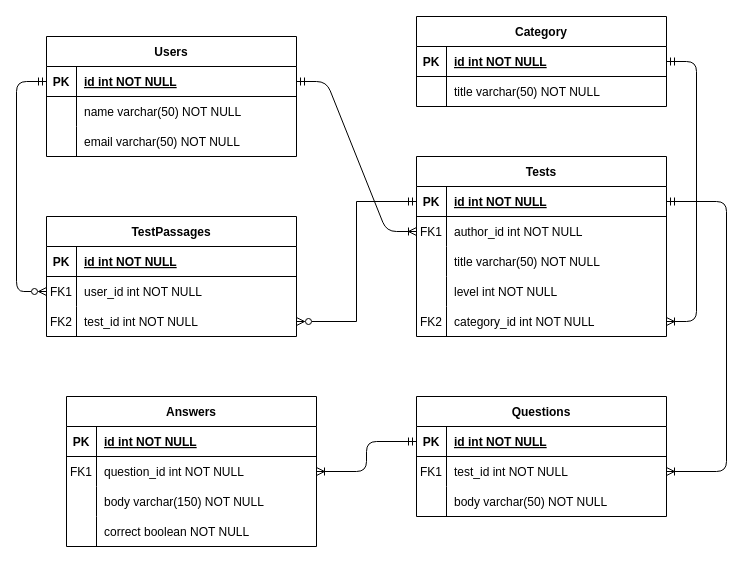
cartotien/Test-Guru keeps this draw.io diagram as Диаграмма без названия.drawio. Above is the earlier version. Source tidied: cells renumbered, new cells numbered last; positions are measured from the earlier drawing's top-left corner, leaving out a move shared by most shapes. Both pictures are drawn from the tidied source at 100%, with x=0, y=0 at pixel (16, 16).
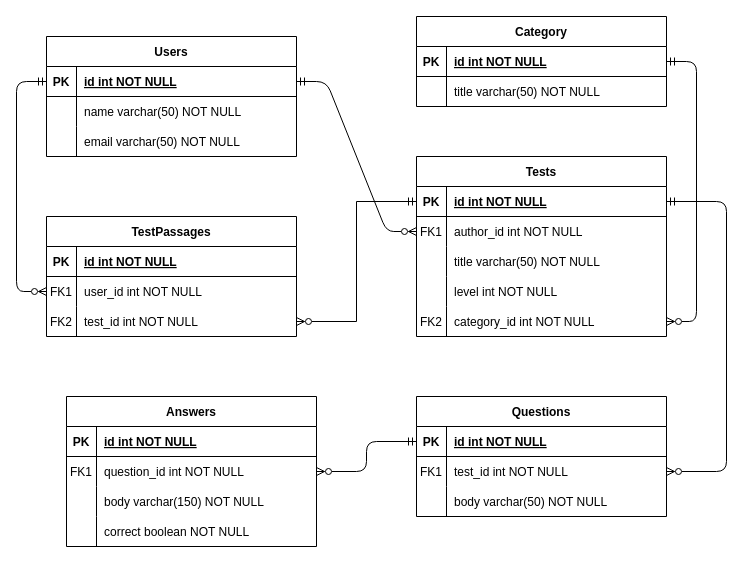
After the change.

Unchanged cells that the change refers to:
```xml
<mxCell id="5" style="shape=partialRectangle;fillColor=none;points=[[0,0.5],[1,0.5]];portConstraint=eastwest;top=0;left=0;right=0;bottom=1;" parent="4" vertex="1">
  <mxGeometry y="30" width="250" height="30" as="geometry" />
</mxCell>
<mxCell id="8" style="shape=partialRectangle;fillColor=none;points=[[0,0.5],[1,0.5]];portConstraint=eastwest;top=0;left=0;right=0;bottom=0;" parent="4" vertex="1">
  <mxGeometry y="60" width="250" height="30" as="geometry" />
</mxCell>
<mxCell id="17" style="shape=partialRectangle;fillColor=none;points=[[0,0.5],[1,0.5]];portConstraint=eastwest;top=0;left=0;right=0;bottom=0;" parent="4" vertex="1">
  <mxGeometry y="150" width="250" height="30" as="geometry" />
</mxCell>
<mxCell id="21" style="shape=partialRectangle;fillColor=none;points=[[0,0.5],[1,0.5]];portConstraint=eastwest;top=0;left=0;right=0;bottom=1;" parent="20" vertex="1">
  <mxGeometry y="30" width="250" height="30" as="geometry" />
</mxCell>
<mxCell id="28" style="shape=partialRectangle;fillColor=none;points=[[0,0.5],[1,0.5]];portConstraint=eastwest;top=0;left=0;right=0;bottom=1;" parent="27" vertex="1">
  <mxGeometry y="30" width="250" height="30" as="geometry" />
</mxCell>
<mxCell id="52" style="shape=partialRectangle;fillColor=none;points=[[0,0.5],[1,0.5]];portConstraint=eastwest;top=0;left=0;right=0;bottom=1;" parent="51" vertex="1">
  <mxGeometry y="30" width="250" height="30" as="geometry" />
</mxCell>
<mxCell id="55" style="shape=partialRectangle;fillColor=none;points=[[0,0.5],[1,0.5]];portConstraint=eastwest;top=0;left=0;right=0;bottom=0;" parent="51" vertex="1">
  <mxGeometry y="60" width="250" height="30" as="geometry" />
</mxCell>
<mxCell id="65" style="shape=partialRectangle;fillColor=none;points=[[0,0.5],[1,0.5]];portConstraint=eastwest;top=0;left=0;right=0;bottom=0;" parent="61" vertex="1">
  <mxGeometry y="60" width="250" height="30" as="geometry" />
</mxCell>
```

What changed in the source:
```diff
@@
-    <mxCell id="2" style="edgeStyle=entityRelationEdgeStyle;endArrow=ERoneToMany;startArrow=ERmandOne;endFill=0;startFill=0;entryX=0;entryY=0.5;entryDx=0;entryDy=0;rounded=1;" parent="1" edge="1" source="28" target="8">
+    <mxCell id="2" style="edgeStyle=entityRelationEdgeStyle;endArrow=ERzeroToMany;startArrow=ERmandOne;endFill=0;startFill=0;entryX=0;entryY=0.5;entryDx=0;entryDy=0;rounded=1;" parent="1" edge="1" source="28" target="8">
       <mxGeometry relative="1" as="geometry" />
     </mxCell>
-    <mxCell id="3" style="edgeStyle=entityRelationEdgeStyle;endArrow=ERmandOne;startArrow=ERoneToMany;endFill=0;startFill=0;exitX=1;exitY=0.5;exitDx=0;exitDy=0;entryX=1;entryY=0.5;entryDx=0;entryDy=0;" parent="1" edge="1" source="17" target="21">
+    <mxCell id="3" style="edgeStyle=entityRelationEdgeStyle;endArrow=ERmandOne;startArrow=ERzeroToMany;endFill=0;startFill=0;exitX=1;exitY=0.5;exitDx=0;exitDy=0;entryX=1;entryY=0.5;entryDx=0;entryDy=0;" parent="1" edge="1" source="17" target="21">
       <mxGeometry relative="1" as="geometry" />
     </mxCell>
@@
-    <mxCell id="74" style="edgeStyle=orthogonalEdgeStyle;rounded=1;jettySize=auto;html=1;startArrow=ERmandOne;startFill=0;endArrow=ERoneToMany;endFill=0;" parent="1" edge="1" source="5" target="55">
+    <mxCell id="74" style="edgeStyle=orthogonalEdgeStyle;rounded=1;jettySize=auto;html=1;startArrow=ERmandOne;startFill=0;endArrow=ERzeroToMany;endFill=0;" parent="1" edge="1" source="5" target="55">
       <mxGeometry relative="1" as="geometry">
         <Array as="points">
           <mxPoint x="710" y="185" />
           <mxPoint x="710" y="455" />
         </Array>
       </mxGeometry>
     </mxCell>
-    <mxCell id="75" style="edgeStyle=orthogonalEdgeStyle;rounded=1;jettySize=auto;html=1;startArrow=ERmandOne;startFill=0;endArrow=ERoneToMany;endFill=0;" parent="1" edge="1" source="52" target="65">
+    <mxCell id="75" style="edgeStyle=orthogonalEdgeStyle;rounded=1;jettySize=auto;html=1;startArrow=ERmandOne;startFill=0;endArrow=ERzeroToMany;endFill=0;" parent="1" edge="1" source="52" target="65">
       <mxGeometry relative="1" as="geometry" />
     </mxCell>
```
